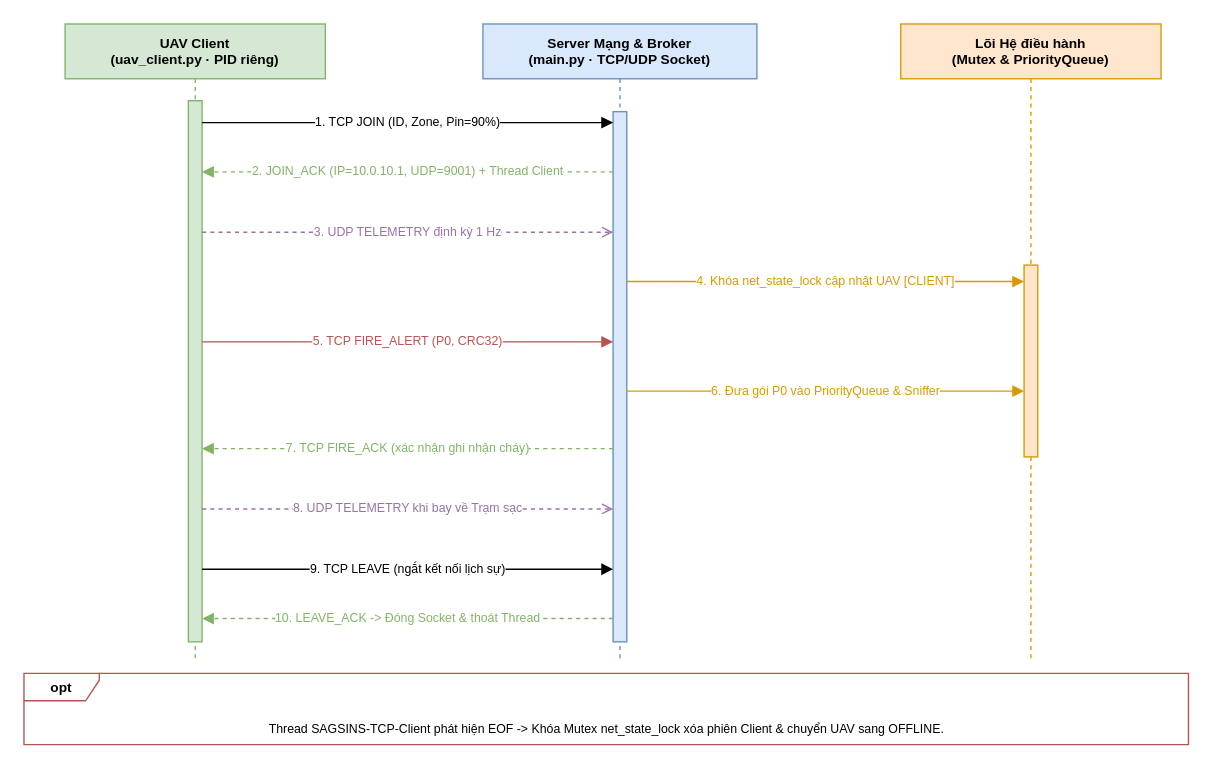
This is docs/diagrams_drawio/fig2_3_sequence_tcp_udp.drawio from xuanquy06/PBL4, a draw.io file, before an edit. Source tidied: cells renumbered, new cells numbered last; positions are measured from the earlier drawing's top-left corner, leaving out a move shared by most shapes. Both pictures are drawn from the tidied source at 137%, with x=0, y=0 at pixel (23, 23).
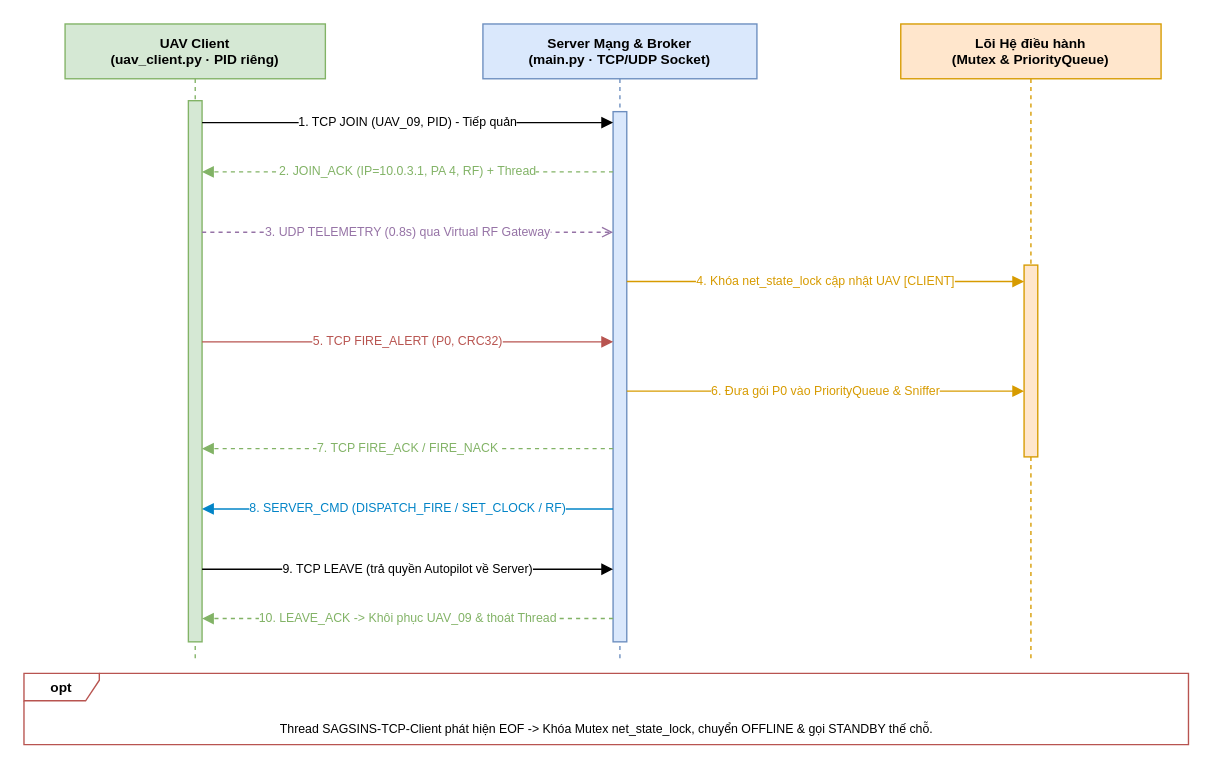
The same diagram, later.

Diff of the diagram source:
```diff
@@
-    <mxCell id="8" value="1. TCP JOIN (ID, Zone, Pin=90%)" style="edgeStyle=orthogonalEdgeStyle;rounded=0;orthogonalLoop=1;jettySize=auto;html=1;strokeColor=#000000;fontColor=#000000;fontSize=9;endArrow=block;endFill=1;" parent="1" edge="1">
+    <mxCell id="8" value="1. TCP JOIN (UAV_09, PID) - Tiếp quản" style="edgeStyle=orthogonalEdgeStyle;rounded=0;orthogonalLoop=1;jettySize=auto;html=1;strokeColor=#000000;fontColor=#000000;fontSize=9;endArrow=block;endFill=1;" parent="1" edge="1">
       <mxGeometry relative="1" as="geometry">
         <mxPoint x="130" y="72" as="sourcePoint" />
         <mxPoint x="430" y="72" as="targetPoint" />
       </mxGeometry>
     </mxCell>
-    <mxCell id="9" value="2. JOIN_ACK (IP=10.0.10.1, UDP=9001) + Thread Client" style="edgeStyle=orthogonalEdgeStyle;rounded=0;orthogonalLoop=1;jettySize=auto;html=1;strokeColor=#82b366;fontColor=#82b366;fontSize=9;dashed=1;endArrow=block;endFill=1;" parent="1" edge="1">
+    <mxCell id="9" value="2. JOIN_ACK (IP=10.0.3.1, PA 4, RF) + Thread" style="edgeStyle=orthogonalEdgeStyle;rounded=0;orthogonalLoop=1;jettySize=auto;html=1;strokeColor=#82b366;fontColor=#82b366;fontSize=9;dashed=1;endArrow=block;endFill=1;" parent="1" edge="1">
       <mxGeometry relative="1" as="geometry">
         <mxPoint x="430" y="108" as="sourcePoint" />
         <mxPoint x="130" y="108" as="targetPoint" />
       </mxGeometry>
     </mxCell>
-    <mxCell id="10" value="3. UDP TELEMETRY định kỳ 1 Hz" style="edgeStyle=orthogonalEdgeStyle;rounded=0;orthogonalLoop=1;jettySize=auto;html=1;strokeColor=#9673a6;fontColor=#9673a6;fontSize=9;dashed=1;endArrow=open;endFill=0;" parent="1" edge="1">
+    <mxCell id="10" value="3. UDP TELEMETRY (0.8s) qua Virtual RF Gateway" style="edgeStyle=orthogonalEdgeStyle;rounded=0;orthogonalLoop=1;jettySize=auto;html=1;strokeColor=#9673a6;fontColor=#9673a6;fontSize=9;dashed=1;endArrow=open;endFill=0;" parent="1" edge="1">
       <mxGeometry relative="1" as="geometry">
         <mxPoint x="130" y="152" as="sourcePoint" />
         <mxPoint x="430" y="152" as="targetPoint" />
       </mxGeometry>
     </mxCell>
@@
-    <mxCell id="14" value="7. TCP FIRE_ACK (xác nhận ghi nhận cháy)" style="edgeStyle=orthogonalEdgeStyle;rounded=0;orthogonalLoop=1;jettySize=auto;html=1;strokeColor=#82b366;fontColor=#82b366;fontSize=9;dashed=1;endArrow=block;endFill=1;" parent="1" edge="1">
+    <mxCell id="14" value="7. TCP FIRE_ACK / FIRE_NACK" style="edgeStyle=orthogonalEdgeStyle;rounded=0;orthogonalLoop=1;jettySize=auto;html=1;strokeColor=#82b366;fontColor=#82b366;fontSize=9;dashed=1;endArrow=block;endFill=1;" parent="1" edge="1">
       <mxGeometry relative="1" as="geometry">
         <mxPoint x="430" y="310" as="sourcePoint" />
         <mxPoint x="130" y="310" as="targetPoint" />
       </mxGeometry>
     </mxCell>
-    <mxCell id="15" value="8. UDP TELEMETRY khi bay về Trạm sạc" style="edgeStyle=orthogonalEdgeStyle;rounded=0;orthogonalLoop=1;jettySize=auto;html=1;strokeColor=#9673a6;fontColor=#9673a6;fontSize=9;dashed=1;endArrow=open;endFill=0;" parent="1" edge="1">
+    <mxCell id="15" value="8. SERVER_CMD (DISPATCH_FIRE / SET_CLOCK / RF)" style="edgeStyle=orthogonalEdgeStyle;rounded=0;orthogonalLoop=1;jettySize=auto;html=1;strokeColor=#0284c7;fontColor=#0284c7;fontSize=9;endArrow=block;endFill=1;" parent="1" edge="1">
       <mxGeometry relative="1" as="geometry">
-        <mxPoint x="130" y="354" as="sourcePoint" />
-        <mxPoint x="430" y="354" as="targetPoint" />
+        <mxPoint x="430" y="354" as="sourcePoint" />
+        <mxPoint x="130" y="354" as="targetPoint" />
       </mxGeometry>
     </mxCell>
-    <mxCell id="16" value="9. TCP LEAVE (ngắt kết nối lịch sự)" style="edgeStyle=orthogonalEdgeStyle;rounded=0;orthogonalLoop=1;jettySize=auto;html=1;strokeColor=#000000;fontColor=#000000;fontSize=9;endArrow=block;endFill=1;" parent="1" edge="1">
+    <mxCell id="16" value="9. TCP LEAVE (trả quyền Autopilot về Server)" style="edgeStyle=orthogonalEdgeStyle;rounded=0;orthogonalLoop=1;jettySize=auto;html=1;strokeColor=#000000;fontColor=#000000;fontSize=9;endArrow=block;endFill=1;" parent="1" edge="1">
       <mxGeometry relative="1" as="geometry">
         <mxPoint x="130" y="398" as="sourcePoint" />
         <mxPoint x="430" y="398" as="targetPoint" />
       </mxGeometry>
     </mxCell>
-    <mxCell id="17" value="10. LEAVE_ACK -&amp;gt; Đóng Socket &amp;amp; thoát Thread" style="edgeStyle=orthogonalEdgeStyle;rounded=0;orthogonalLoop=1;jettySize=auto;html=1;strokeColor=#82b366;fontColor=#82b366;fontSize=9;dashed=1;endArrow=block;endFill=1;" parent="1" edge="1">
+    <mxCell id="17" value="10. LEAVE_ACK -&amp;gt; Khôi phục UAV_09 &amp;amp; thoát Thread" style="edgeStyle=orthogonalEdgeStyle;rounded=0;orthogonalLoop=1;jettySize=auto;html=1;strokeColor=#82b366;fontColor=#82b366;fontSize=9;dashed=1;endArrow=block;endFill=1;" parent="1" edge="1">
       <mxGeometry relative="1" as="geometry">
         <mxPoint x="430" y="434" as="sourcePoint" />
         <mxPoint x="130" y="434" as="targetPoint" />
       </mxGeometry>
     </mxCell>
@@
-    <mxCell id="19" value="Thread SAGSINS-TCP-Client phát hiện EOF -&amp;gt; Khóa Mutex net_state_lock xóa phiên Client &amp;amp; chuyển UAV sang OFFLINE." style="text;html=1;align=center;verticalAlign=center;strokeColor=none;fillColor=none;fontSize=9;fontColor=#000000;" parent="1" vertex="1">
+    <mxCell id="19" value="Thread SAGSINS-TCP-Client phát hiện EOF -&amp;gt; Khóa Mutex net_state_lock, chuyển OFFLINE &amp;amp; gọi STANDBY thế chỗ." style="text;html=1;align=center;verticalAlign=center;strokeColor=none;fillColor=none;fontSize=9;fontColor=#000000;" parent="1" vertex="1">
       <mxGeometry x="385" y="498" width="80" height="20" as="geometry" />
     </mxCell>
```
